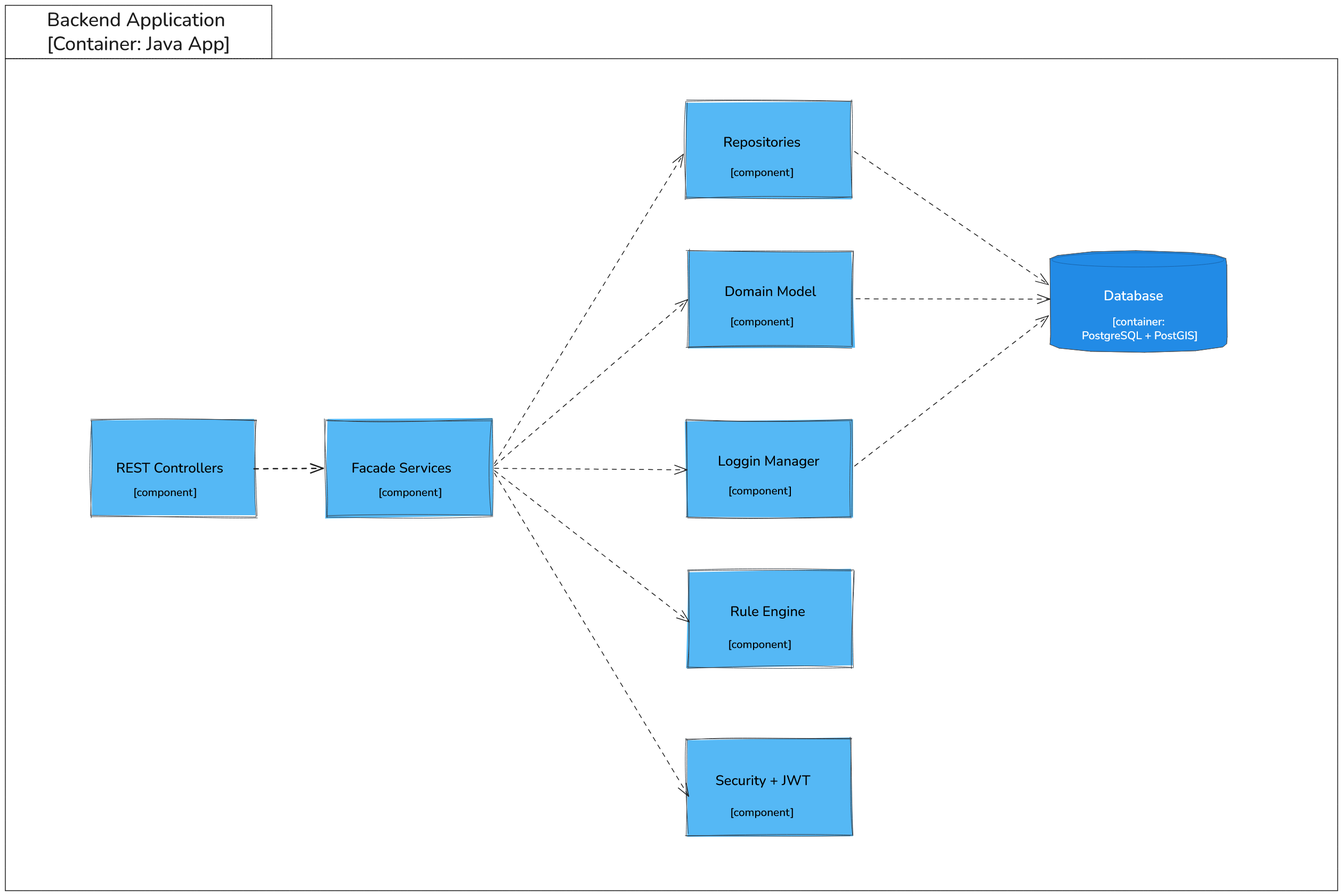
The Excalidraw diagram Docs/memoria/imaxes/c4/c4_container_backend.png in zenoma/emergency-management-app, before a commit. Source tidied: one line per element, renumbered; positions are measured from the earlier drawing's top-left corner, leaving out a move shared by most shapes.
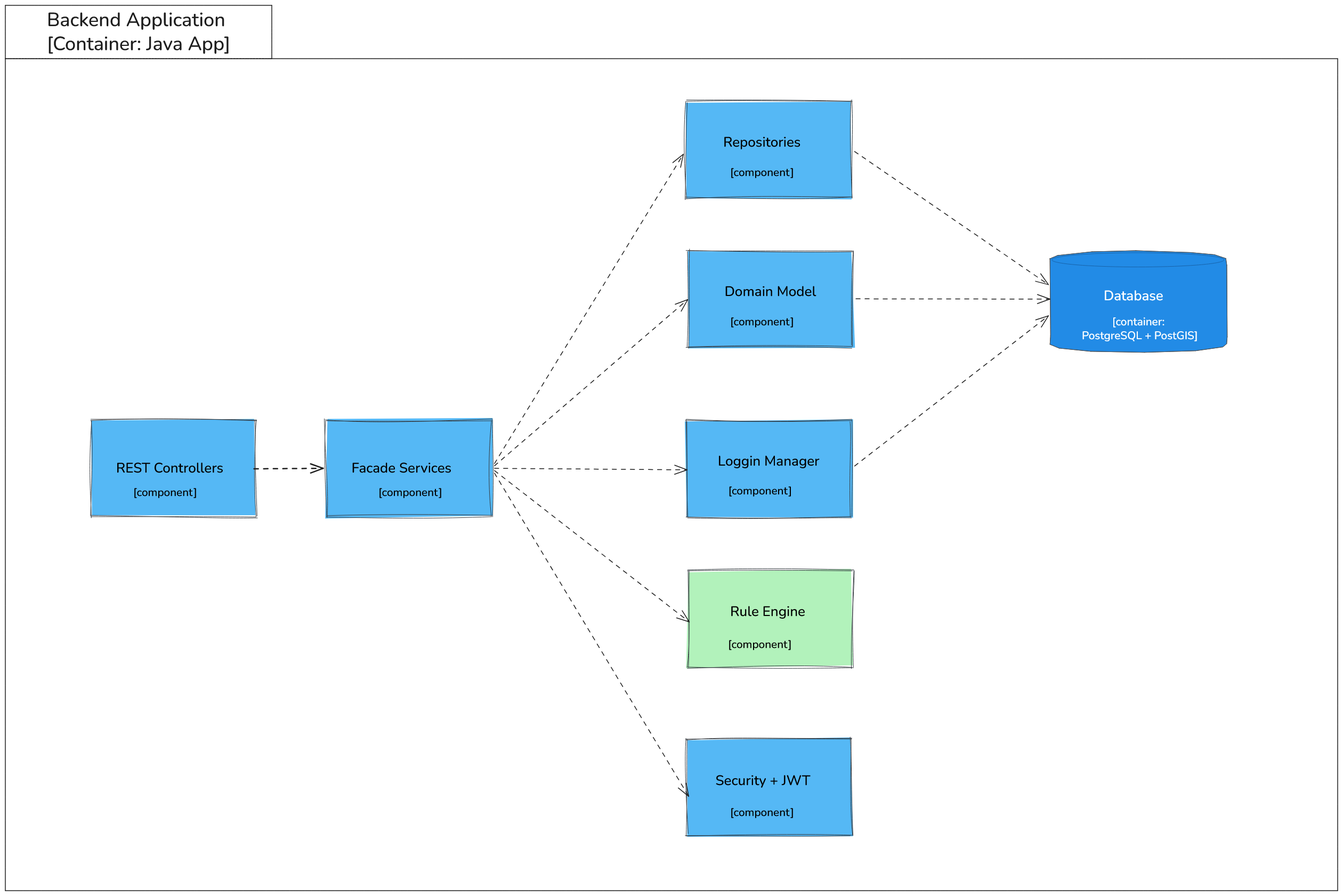
After the change.

Diff of the diagram source:
```diff
@@ -12,9 +12,9 @@
 {"id": 11, "type": "rectangle", "strokeColor": "#343a40", "backgroundColor": "#55b8f5", "fillStyle": "solid", "strokeWidth": 1, "roughness": 2, "x": 1278, "y": 1375, "width": 311, "height": 181}
 {"id": 12, "type": "text", "text": "Security + JWT", "strokeColor": "#000000", "backgroundColor": "#55b8f5", "fillStyle": "solid", "strokeWidth": 1, "roughness": 1, "fontSize": 25.99, "fontFamily": 6, "x": 1333, "y": 1438, "width": 178, "height": 32}
 {"id": 13, "type": "text", "text": "[component]", "strokeColor": "#000000", "backgroundColor": "#55b8f5", "fillStyle": "solid", "strokeWidth": 1, "roughness": 1, "fontSize": 20.79, "fontFamily": 6, "textAlign": "center", "x": 1360, "y": 1500, "width": 120, "height": 26}
-{"id": 14, "type": "rectangle", "strokeColor": "#343a40", "backgroundColor": "#55b8f5", "fillStyle": "solid", "strokeWidth": 1, "roughness": 2, "x": 1280, "y": 1060, "width": 311, "height": 181}
+{"id": 14, "type": "rectangle", "strokeColor": "#343a40", "backgroundColor": "#b2f2bb", "fillStyle": "solid", "strokeWidth": 1, "roughness": 2, "x": 1280, "y": 1060, "width": 311, "height": 181}
-{"id": 15, "type": "text", "text": "Rule Engine", "strokeColor": "#000000", "backgroundColor": "#55b8f5", "fillStyle": "solid", "strokeWidth": 1, "roughness": 1, "fontSize": 25.99, "fontFamily": 6, "x": 1360, "y": 1120, "width": 141, "height": 32}
+{"id": 15, "type": "text", "text": "Rule Engine", "strokeColor": "#000000", "backgroundColor": "#b2f2bb", "fillStyle": "solid", "strokeWidth": 1, "roughness": 1, "fontSize": 25.99, "fontFamily": 6, "x": 1360, "y": 1120, "width": 141, "height": 32}
-{"id": 16, "type": "text", "text": "[component]", "strokeColor": "#000000", "backgroundColor": "#55b8f5", "fillStyle": "solid", "strokeWidth": 1, "roughness": 1, "fontSize": 20.79, "fontFamily": 6, "textAlign": "center", "x": 1356, "y": 1185, "width": 120, "height": 26}
+{"id": 16, "type": "text", "text": "[component]", "strokeColor": "#000000", "backgroundColor": "#b2f2bb", "fillStyle": "solid", "strokeWidth": 1, "roughness": 1, "fontSize": 20.79, "fontFamily": 6, "textAlign": "center", "x": 1356, "y": 1185, "width": 120, "height": 26}
 {"id": 17, "type": "rectangle", "strokeColor": "#343a40", "backgroundColor": "#55b8f5", "fillStyle": "solid", "strokeWidth": 1, "roughness": 2, "x": 1278, "y": 778, "width": 311, "height": 181}
 {"id": 18, "type": "text", "text": "Loggin Manager", "strokeColor": "#000000", "backgroundColor": "#55b8f5", "fillStyle": "solid", "strokeWidth": 1, "roughness": 1, "fontSize": 25.99, "fontFamily": 6, "x": 1337, "y": 838, "width": 191, "height": 32}
 {"id": 19, "type": "text", "text": "[component]", "strokeColor": "#000000", "backgroundColor": "#55b8f5", "fillStyle": "solid", "strokeWidth": 1, "roughness": 1, "fontSize": 20.79, "fontFamily": 6, "textAlign": "center", "x": 1356, "y": 897, "width": 120, "height": 26}
```
